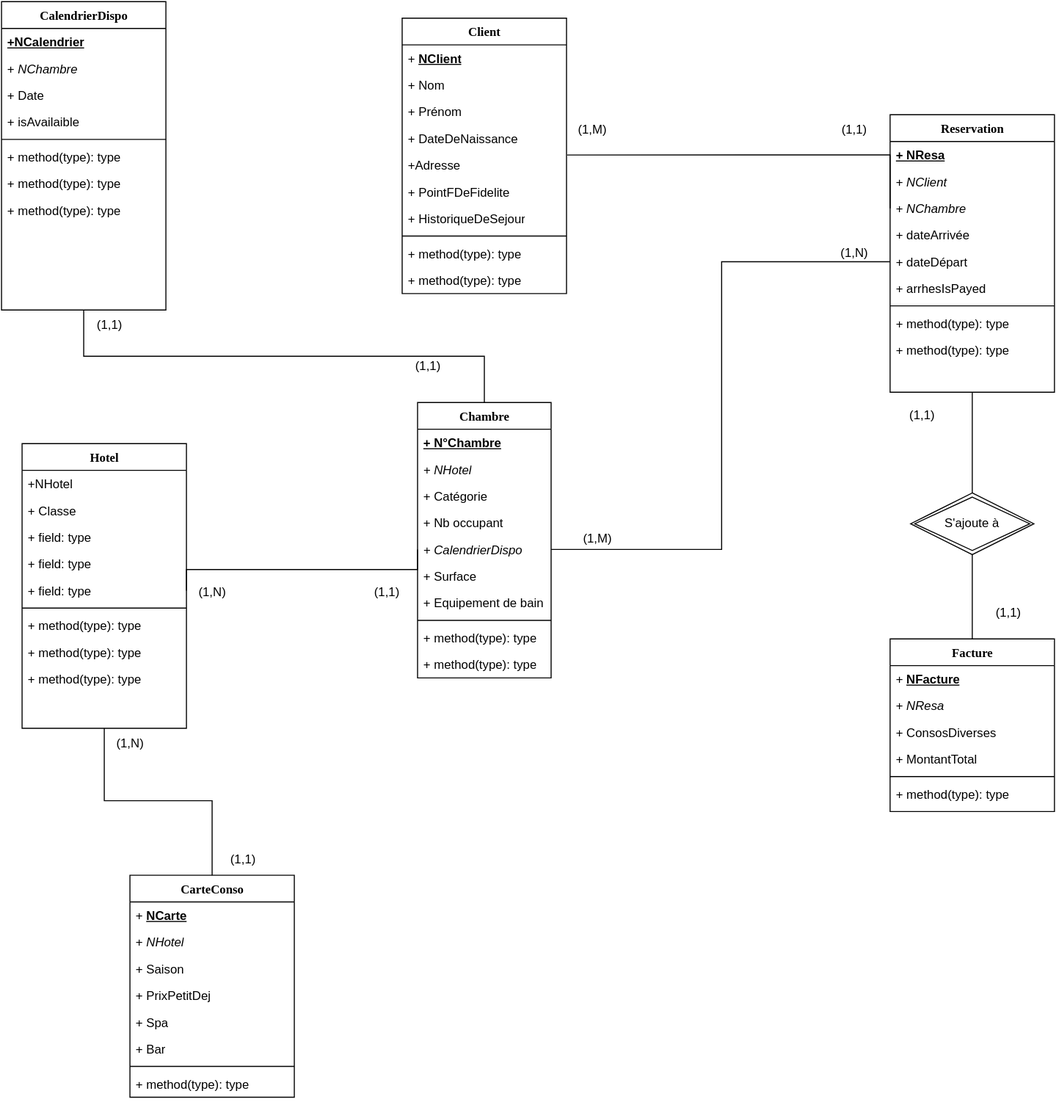
Adrien-bot/Biostat-BDD keeps this draw.io diagram as Untitled Diagram.drawio.svg. Above is the earlier version. Source tidied: cells renumbered, new cells last; positions are measured from the earlier drawing's top-left corner, leaving out a move shared by most shapes.
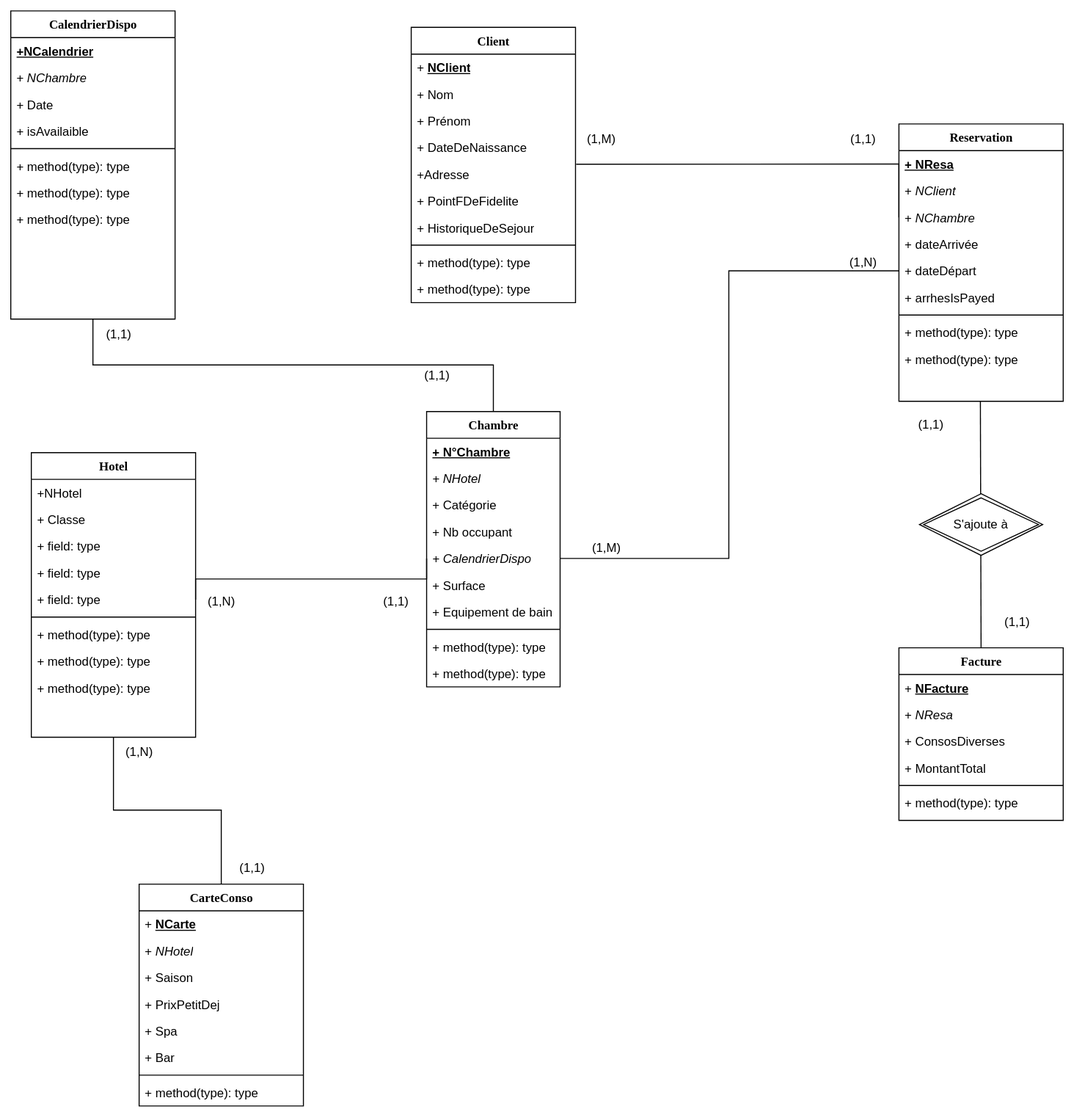
After the commit.

Change to the diagram source:
```diff
@@ -247,7 +247,7 @@
     <mxCell id="80" value="(1,M)" style="text;html=1;align=center;verticalAlign=middle;strokeColor=none;fillColor=none;" parent="1" vertex="1">
       <mxGeometry x="550" y="110" width="50" height="30" as="geometry" />
     </mxCell>
-    <mxCell id="81" style="endArrow=none;html=1;rounded=0;exitX=0.5;exitY=0;exitDx=0;exitDy=0;entryX=0.5;entryY=1;entryDx=0;entryDy=0;" parent="1" edge="1" source="54" target="44">
+    <mxCell id="81" style="endArrow=none;html=1;rounded=0;exitX=0.5;exitY=0;exitDx=0;exitDy=0;entryX=0.5;entryY=1;entryDx=0;entryDy=0;edgeStyle=elbowEdgeStyle;" parent="1" edge="1" source="54" target="44">
       <mxGeometry relative="1" as="geometry" />
     </mxCell>
     <mxCell id="82" value="(1,1)" style="text;html=1;align=center;verticalAlign=middle;strokeColor=none;fillColor=none;" parent="1" vertex="1">
@@ -272,7 +272,7 @@
       <mxGeometry relative="1" as="geometry" />
     </mxCell>
     <mxCell id="89" value="S'ajoute à" style="shape=rhombus;double=1;perimeter=rhombusPerimeter;whiteSpace=wrap;html=1;align=center;" parent="1" vertex="1">
-      <mxGeometry x="885" y="478" width="120" height="60" as="geometry" />
+      <mxGeometry x="885" y="470" width="120" height="60" as="geometry" />
     </mxCell>
   </root>
 </mxGraphModel>
```
